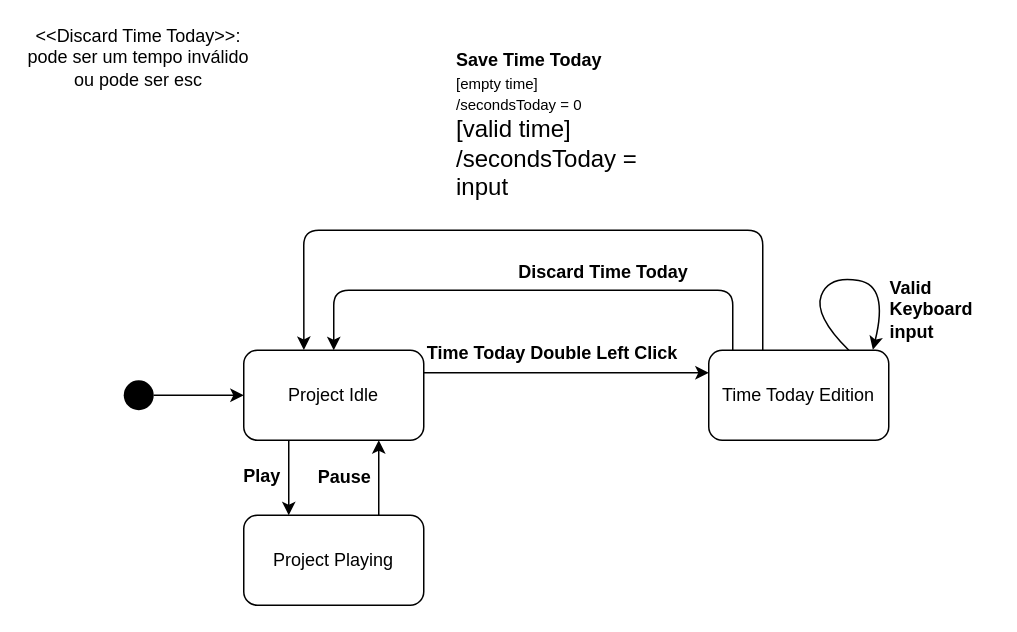
The draw.io diagram docs/04_assignment/schema/02_edit_time_today/02_state_machine.drawio in Jumaruba/jtimesched, before the edit. Source tidied: cells renumbered, new cells numbered last; positions are measured from the earlier drawing's top-left corner, leaving out a move shared by most shapes. Both pictures are drawn from the tidied source at 150%, with x=0, y=0 at pixel (26, 34).
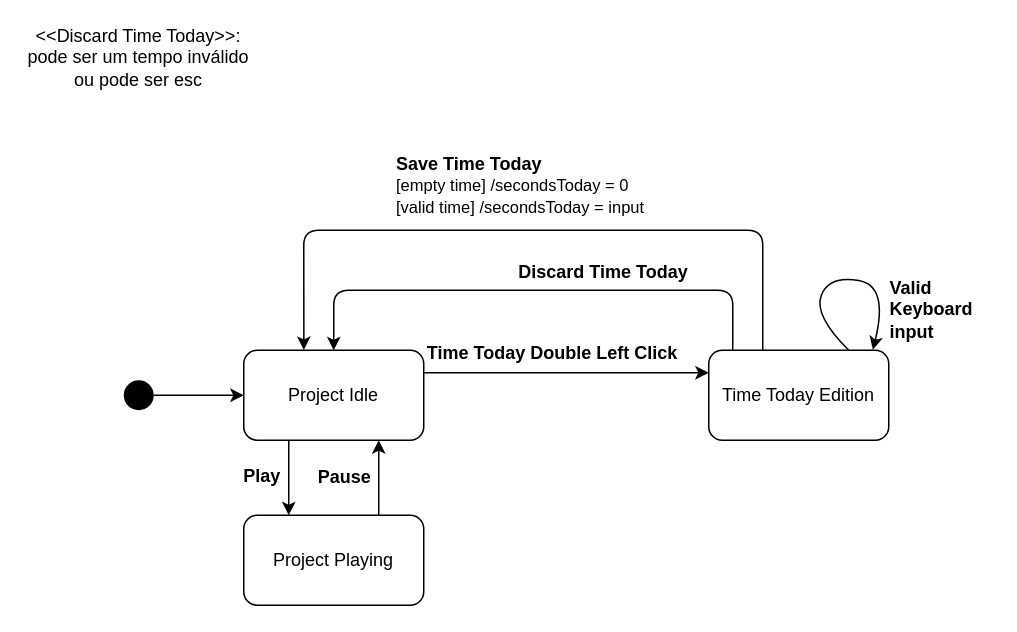
The same page after the edit.

What changed in the source:
```diff
@@
-    <mxCell id="11" value="&lt;div&gt;&lt;font&gt;&lt;b style=&quot;font-size: 12px&quot;&gt;Save Time Today&lt;/b&gt;&lt;br&gt;&lt;font style=&quot;font-size: 10px&quot;&gt;[empty time]&lt;/font&gt;&lt;/font&gt;&lt;/div&gt;&lt;div&gt;&lt;font style=&quot;font-size: 10px&quot;&gt;/secondsToday = 0&lt;/font&gt;&lt;/div&gt;&lt;div&gt;&lt;font size=&quot;3&quot;&gt;[valid time]&lt;/font&gt;&lt;/div&gt;&lt;div&gt;&lt;font size=&quot;3&quot;&gt;/secondsToday = input&lt;/font&gt;&lt;/div&gt;" style="text;html=1;strokeColor=none;fillColor=none;align=left;verticalAlign=middle;whiteSpace=wrap;rounded=0;" parent="1" vertex="1">
-      <mxGeometry x="285" y="10" width="140" height="100" as="geometry" />
+    <mxCell id="11" value="&lt;div&gt;&lt;font&gt;&lt;b style=&quot;font-size: 12px&quot;&gt;Save Time Today&lt;/b&gt;&lt;br&gt;&lt;font style=&quot;font-size: 11px&quot;&gt;[empty time]&amp;nbsp;&lt;/font&gt;&lt;/font&gt;&lt;span style=&quot;font-size: 11px&quot;&gt;/secondsToday = 0&lt;/span&gt;&lt;/div&gt;&lt;div&gt;&lt;font style=&quot;font-size: 11px&quot;&gt;[valid time]&amp;nbsp;&lt;/font&gt;&lt;span style=&quot;font-size: 11px&quot;&gt;/secondsToday = input&lt;/span&gt;&lt;/div&gt;" style="text;html=1;strokeColor=none;fillColor=none;align=left;verticalAlign=middle;whiteSpace=wrap;rounded=0;" parent="1" vertex="1">
+      <mxGeometry x="245" y="50" width="210" height="100" as="geometry" />
     </mxCell>
```
